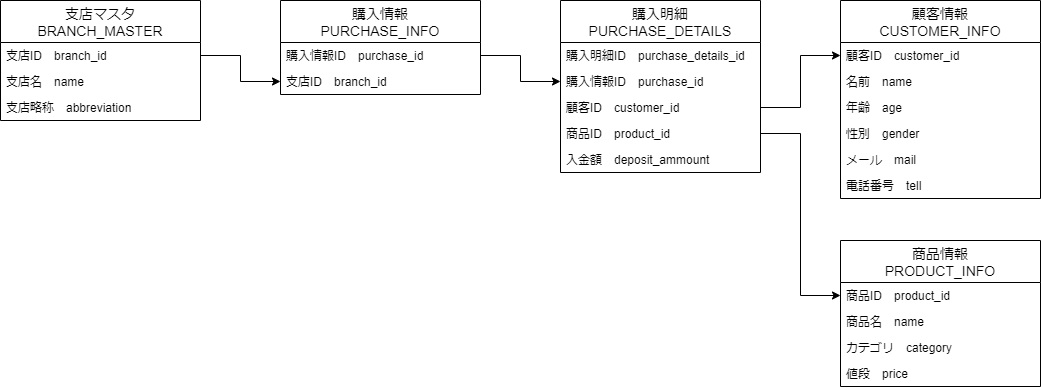
HasegawaTakatune/PHPSandbox keeps this draw.io diagram as SalesDataDisplay.png. Above is the earlier version. Source tidied: cells renumbered, new cells last; positions are measured from the earlier drawing's top-left corner, leaving out a move shared by most shapes. The source it was exported from:
```xml
<mxGraphModel>
  <root>
    <mxCell id="0" />
    <mxCell id="1" parent="0" />
    <mxCell id="2" value="支店マスタ&#10;BRANCH_MASTER" style="swimlane;fontStyle=0;horizontal=1;startSize=42;align=center;fontSize=14;" parent="1" vertex="1">
      <mxGeometry width="200" height="120" as="geometry" />
    </mxCell>
    <mxCell id="3" value="支店ID　branch_id" style="text;strokeColor=none;fillColor=none;spacingLeft=4;spacingRight=4;overflow=hidden;points=[[0,0.5],[1,0.5]];portConstraint=eastwest;fontSize=12;" parent="2" vertex="1">
      <mxGeometry y="42" width="200" height="26" as="geometry" />
    </mxCell>
    <mxCell id="4" value="支店名　name" style="text;strokeColor=none;fillColor=none;spacingLeft=4;spacingRight=4;overflow=hidden;fontSize=12;" parent="2" vertex="1">
      <mxGeometry y="68" width="200" height="26" as="geometry" />
    </mxCell>
    <mxCell id="5" value="支店略称　abbreviation" style="text;strokeColor=none;fillColor=none;spacingLeft=4;spacingRight=4;overflow=hidden;fontSize=12;" parent="2" vertex="1">
      <mxGeometry y="94" width="200" height="26" as="geometry" />
    </mxCell>
    <mxCell id="6" value="購入明細&#10;PURCHASE_DETAILS" style="swimlane;fontStyle=0;horizontal=1;startSize=42;align=center;fontSize=14;" parent="1" vertex="1">
      <mxGeometry x="560" width="200" height="172" as="geometry" />
    </mxCell>
    <mxCell id="7" value="購入明細ID　purchase_details_id" style="text;strokeColor=none;fillColor=none;spacingLeft=4;spacingRight=4;overflow=hidden;fontSize=12;" parent="6" vertex="1">
      <mxGeometry y="42" width="200" height="26" as="geometry" />
    </mxCell>
    <mxCell id="8" value="購入情報ID　purchase_id" style="text;strokeColor=none;fillColor=none;spacingLeft=4;spacingRight=4;overflow=hidden;points=[[0,0.5],[1,0.5]];portConstraint=eastwest;fontSize=12;" parent="6" vertex="1">
      <mxGeometry y="68" width="200" height="26" as="geometry" />
    </mxCell>
    <mxCell id="9" value="顧客ID　customer_id" style="text;strokeColor=none;fillColor=none;spacingLeft=4;spacingRight=4;overflow=hidden;points=[[0,0.5],[1,0.5]];portConstraint=eastwest;fontSize=12;" parent="6" vertex="1">
      <mxGeometry y="94" width="200" height="26" as="geometry" />
    </mxCell>
    <mxCell id="10" value="商品ID　product_id" style="text;strokeColor=none;fillColor=none;spacingLeft=4;spacingRight=4;overflow=hidden;points=[[0,0.5],[1,0.5]];portConstraint=eastwest;fontSize=12;" parent="6" vertex="1">
      <mxGeometry y="120" width="200" height="26" as="geometry" />
    </mxCell>
    <mxCell id="11" value="入金額　deposit_ammount" style="text;strokeColor=none;fillColor=none;spacingLeft=4;spacingRight=4;overflow=hidden;fontSize=12;" parent="6" vertex="1">
      <mxGeometry y="146" width="200" height="26" as="geometry" />
    </mxCell>
    <mxCell id="12" value="購入情報&#10;PURCHASE_INFO" style="swimlane;fontStyle=0;horizontal=1;startSize=42;align=center;fontSize=14;" parent="1" vertex="1">
      <mxGeometry x="280" width="200" height="94" as="geometry" />
    </mxCell>
    <mxCell id="13" value="購入情報ID　purchase_id" style="text;strokeColor=none;fillColor=none;spacingLeft=4;spacingRight=4;overflow=hidden;points=[[0,0.5],[1,0.5]];portConstraint=eastwest;fontSize=12;" parent="12" vertex="1">
      <mxGeometry y="42" width="200" height="26" as="geometry" />
    </mxCell>
    <mxCell id="14" value="支店ID　branch_id" style="text;strokeColor=none;fillColor=none;spacingLeft=4;spacingRight=4;overflow=hidden;points=[[0,0.5],[1,0.5]];portConstraint=eastwest;fontSize=12;" parent="12" vertex="1">
      <mxGeometry y="68" width="200" height="26" as="geometry" />
    </mxCell>
    <mxCell id="15" value="顧客情報&#10;CUSTOMER_INFO" style="swimlane;fontStyle=0;horizontal=1;startSize=42;align=center;fontSize=14;" parent="1" vertex="1">
      <mxGeometry x="840" width="200" height="198" as="geometry" />
    </mxCell>
    <mxCell id="16" value="顧客ID　customer_id" style="text;strokeColor=none;fillColor=none;spacingLeft=4;spacingRight=4;overflow=hidden;points=[[0,0.5],[1,0.5]];portConstraint=eastwest;fontSize=12;" parent="15" vertex="1">
      <mxGeometry y="42" width="200" height="26" as="geometry" />
    </mxCell>
    <mxCell id="17" value="名前　name" style="text;strokeColor=none;fillColor=none;spacingLeft=4;spacingRight=4;overflow=hidden;fontSize=12;" parent="15" vertex="1">
      <mxGeometry y="68" width="200" height="26" as="geometry" />
    </mxCell>
    <mxCell id="18" value="年齢　age" style="text;strokeColor=none;fillColor=none;spacingLeft=4;spacingRight=4;overflow=hidden;fontSize=12;" parent="15" vertex="1">
      <mxGeometry y="94" width="200" height="26" as="geometry" />
    </mxCell>
    <mxCell id="19" value="性別　gender" style="text;strokeColor=none;fillColor=none;spacingLeft=4;spacingRight=4;overflow=hidden;points=[[0,0.5],[1,0.5]];portConstraint=eastwest;fontSize=12;" parent="15" vertex="1">
      <mxGeometry y="120" width="200" height="26" as="geometry" />
    </mxCell>
    <mxCell id="20" value="メール　mail" style="text;strokeColor=none;fillColor=none;spacingLeft=4;spacingRight=4;overflow=hidden;fontSize=12;" parent="15" vertex="1">
      <mxGeometry y="146" width="200" height="26" as="geometry" />
    </mxCell>
    <mxCell id="21" value="電話番号　tell" style="text;strokeColor=none;fillColor=none;spacingLeft=4;spacingRight=4;overflow=hidden;fontSize=12;" parent="15" vertex="1">
      <mxGeometry y="172" width="200" height="26" as="geometry" />
    </mxCell>
    <mxCell id="22" value="商品情報&#10;PRODUCT_INFO" style="swimlane;fontStyle=0;horizontal=1;startSize=42;align=center;fontSize=14;" parent="1" vertex="1">
      <mxGeometry x="840" y="240" width="200" height="146" as="geometry" />
    </mxCell>
    <mxCell id="23" value="商品ID　product_id" style="text;strokeColor=none;fillColor=none;spacingLeft=4;spacingRight=4;overflow=hidden;points=[[0,0.5],[1,0.5]];portConstraint=eastwest;fontSize=12;" parent="22" vertex="1">
      <mxGeometry y="42" width="200" height="26" as="geometry" />
    </mxCell>
    <mxCell id="24" value="商品名　name" style="text;strokeColor=none;fillColor=none;spacingLeft=4;spacingRight=4;overflow=hidden;fontSize=12;" parent="22" vertex="1">
      <mxGeometry y="68" width="200" height="26" as="geometry" />
    </mxCell>
    <mxCell id="25" value="カテゴリ　category" style="text;strokeColor=none;fillColor=none;spacingLeft=4;spacingRight=4;overflow=hidden;points=[[0,0.5],[1,0.5]];portConstraint=eastwest;fontSize=12;" parent="22" vertex="1">
      <mxGeometry y="94" width="200" height="26" as="geometry" />
    </mxCell>
    <mxCell id="26" value="値段　price" style="text;strokeColor=none;fillColor=none;spacingLeft=4;spacingRight=4;overflow=hidden;fontSize=12;" parent="22" vertex="1">
      <mxGeometry y="120" width="200" height="26" as="geometry" />
    </mxCell>
    <mxCell id="27" style="edgeStyle=orthogonalEdgeStyle;rounded=0;jettySize=auto;html=1;exitX=1;exitY=0.5;exitDx=0;exitDy=0;" parent="1" edge="1" source="3" target="14">
      <mxGeometry relative="1" as="geometry" />
    </mxCell>
    <mxCell id="28" style="edgeStyle=orthogonalEdgeStyle;rounded=0;jettySize=auto;html=1;exitX=1;exitY=0.5;exitDx=0;exitDy=0;" parent="1" edge="1" source="13" target="8">
      <mxGeometry relative="1" as="geometry" />
    </mxCell>
    <mxCell id="29" style="edgeStyle=orthogonalEdgeStyle;rounded=0;jettySize=auto;html=1;exitX=1;exitY=0.5;exitDx=0;exitDy=0;" parent="1" edge="1" source="9" target="16">
      <mxGeometry relative="1" as="geometry" />
    </mxCell>
    <mxCell id="30" style="edgeStyle=orthogonalEdgeStyle;rounded=0;jettySize=auto;html=1;exitX=1;exitY=0.5;exitDx=0;exitDy=0;entryX=0;entryY=0.5;entryDx=0;entryDy=0;" parent="1" edge="1" source="10" target="23">
      <mxGeometry relative="1" as="geometry" />
    </mxCell>
  </root>
</mxGraphModel>
```
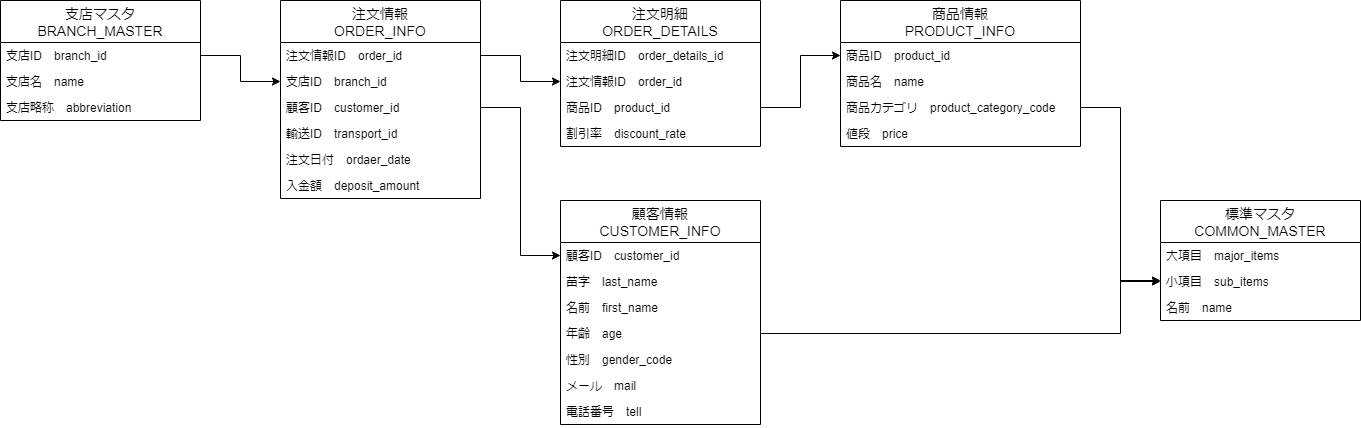
Above is the later version.

What changed in the source:
```diff
@@ -14,80 +14,116 @@
     <mxCell id="5" value="支店略称　abbreviation" style="text;strokeColor=none;fillColor=none;spacingLeft=4;spacingRight=4;overflow=hidden;fontSize=12;" parent="2" vertex="1">
       <mxGeometry y="94" width="200" height="26" as="geometry" />
     </mxCell>
-    <mxCell id="6" value="購入明細&#10;PURCHASE_DETAILS" style="swimlane;fontStyle=0;horizontal=1;startSize=42;align=center;fontSize=14;" parent="1" vertex="1">
-      <mxGeometry x="560" width="200" height="172" as="geometry" />
+    <mxCell id="6" value="注文明細&#10;ORDER_DETAILS" style="swimlane;fontStyle=0;horizontal=1;startSize=42;align=center;fontSize=14;" parent="1" vertex="1">
+      <mxGeometry x="560" width="200" height="146" as="geometry" />
     </mxCell>
-    <mxCell id="7" value="購入明細ID　purchase_details_id" style="text;strokeColor=none;fillColor=none;spacingLeft=4;spacingRight=4;overflow=hidden;fontSize=12;" parent="6" vertex="1">
+    <mxCell id="7" value="注文明細ID　order_details_id" style="text;strokeColor=none;fillColor=none;spacingLeft=4;spacingRight=4;overflow=hidden;fontSize=12;" parent="6" vertex="1">
       <mxGeometry y="42" width="200" height="26" as="geometry" />
     </mxCell>
-    <mxCell id="8" value="購入情報ID　purchase_id" style="text;strokeColor=none;fillColor=none;spacingLeft=4;spacingRight=4;overflow=hidden;points=[[0,0.5],[1,0.5]];portConstraint=eastwest;fontSize=12;" parent="6" vertex="1">
+    <mxCell id="8" value="注文情報ID　order_id" style="text;strokeColor=none;fillColor=none;spacingLeft=4;spacingRight=4;overflow=hidden;points=[[0,0.5],[1,0.5]];portConstraint=eastwest;fontSize=12;" parent="6" vertex="1">
       <mxGeometry y="68" width="200" height="26" as="geometry" />
     </mxCell>
-    <mxCell id="9" value="顧客ID　customer_id" style="text;strokeColor=none;fillColor=none;spacingLeft=4;spacingRight=4;overflow=hidden;points=[[0,0.5],[1,0.5]];portConstraint=eastwest;fontSize=12;" parent="6" vertex="1">
-      <mxGeometry y="94" width="200" height="26" as="geometry" />
-    </mxCell>
     <mxCell id="10" value="商品ID　product_id" style="text;strokeColor=none;fillColor=none;spacingLeft=4;spacingRight=4;overflow=hidden;points=[[0,0.5],[1,0.5]];portConstraint=eastwest;fontSize=12;" parent="6" vertex="1">
-      <mxGeometry y="120" width="200" height="26" as="geometry" />
+      <mxGeometry y="94" width="200" height="26" as="geometry" />
     </mxCell>
-    <mxCell id="11" value="入金額　deposit_ammount" style="text;strokeColor=none;fillColor=none;spacingLeft=4;spacingRight=4;overflow=hidden;fontSize=12;" parent="6" vertex="1">
-      <mxGeometry y="146" width="200" height="26" as="geometry" />
-    </mxCell>
+    <mxCell id="31" value="割引率　discount_rate" style="text;strokeColor=none;fillColor=none;spacingLeft=4;spacingRight=4;overflow=hidden;fontSize=12;" parent="6" vertex="1">
+      <mxGeometry y="120" width="200" height="26" as="geometry" />
+    </mxCell>
-    <mxCell id="12" value="購入情報&#10;PURCHASE_INFO" style="swimlane;fontStyle=0;horizontal=1;startSize=42;align=center;fontSize=14;" parent="1" vertex="1">
-      <mxGeometry x="280" width="200" height="94" as="geometry" />
+    <mxCell id="12" value="注文情報&#10;ORDER_INFO" style="swimlane;fontStyle=0;horizontal=1;startSize=42;align=center;fontSize=14;" parent="1" vertex="1">
+      <mxGeometry x="280" width="200" height="198" as="geometry" />
     </mxCell>
-    <mxCell id="13" value="購入情報ID　purchase_id" style="text;strokeColor=none;fillColor=none;spacingLeft=4;spacingRight=4;overflow=hidden;points=[[0,0.5],[1,0.5]];portConstraint=eastwest;fontSize=12;" parent="12" vertex="1">
+    <mxCell id="13" value="注文情報ID　order_id" style="text;strokeColor=none;fillColor=none;spacingLeft=4;spacingRight=4;overflow=hidden;points=[[0,0.5],[1,0.5]];portConstraint=eastwest;fontSize=12;" parent="12" vertex="1">
       <mxGeometry y="42" width="200" height="26" as="geometry" />
     </mxCell>
     <mxCell id="14" value="支店ID　branch_id" style="text;strokeColor=none;fillColor=none;spacingLeft=4;spacingRight=4;overflow=hidden;points=[[0,0.5],[1,0.5]];portConstraint=eastwest;fontSize=12;" parent="12" vertex="1">
       <mxGeometry y="68" width="200" height="26" as="geometry" />
     </mxCell>
+    <mxCell id="9" value="顧客ID　customer_id" style="text;strokeColor=none;fillColor=none;spacingLeft=4;spacingRight=4;overflow=hidden;points=[[0,0.5],[1,0.5]];portConstraint=eastwest;fontSize=12;" parent="12" vertex="1">
+      <mxGeometry y="94" width="200" height="26" as="geometry" />
+    </mxCell>
+    <mxCell id="32" value="輸送ID　transport_id" style="text;strokeColor=none;fillColor=none;spacingLeft=4;spacingRight=4;overflow=hidden;fontSize=12;" parent="12" vertex="1">
+      <mxGeometry y="120" width="200" height="26" as="geometry" />
+    </mxCell>
+    <mxCell id="33" value="注文日付　ordaer_date" style="text;strokeColor=none;fillColor=none;spacingLeft=4;spacingRight=4;overflow=hidden;fontSize=12;" parent="12" vertex="1">
+      <mxGeometry y="146" width="200" height="26" as="geometry" />
+    </mxCell>
+    <mxCell id="34" value="入金額　deposit_amount" style="text;strokeColor=none;fillColor=none;spacingLeft=4;spacingRight=4;overflow=hidden;fontSize=12;" parent="12" vertex="1">
+      <mxGeometry y="172" width="200" height="26" as="geometry" />
+    </mxCell>
+    <mxCell id="27" style="edgeStyle=orthogonalEdgeStyle;rounded=0;jettySize=auto;html=1;exitX=1;exitY=0.5;exitDx=0;exitDy=0;" parent="1" edge="1" source="3" target="14">
+      <mxGeometry relative="1" as="geometry" />
+    </mxCell>
+    <mxCell id="28" style="edgeStyle=orthogonalEdgeStyle;rounded=0;jettySize=auto;html=1;exitX=1;exitY=0.5;exitDx=0;exitDy=0;" parent="1" edge="1" source="13" target="8">
+      <mxGeometry relative="1" as="geometry" />
+    </mxCell>
+    <mxCell id="30" style="edgeStyle=orthogonalEdgeStyle;rounded=0;jettySize=auto;html=1;exitX=1;exitY=0.5;exitDx=0;exitDy=0;entryX=0;entryY=0.5;entryDx=0;entryDy=0;" parent="1" edge="1" source="10" target="23">
+      <mxGeometry relative="1" as="geometry" />
+    </mxCell>
     <mxCell id="15" value="顧客情報&#10;CUSTOMER_INFO" style="swimlane;fontStyle=0;horizontal=1;startSize=42;align=center;fontSize=14;" parent="1" vertex="1">
-      <mxGeometry x="840" width="200" height="198" as="geometry" />
+      <mxGeometry x="560" y="200" width="200" height="224" as="geometry" />
     </mxCell>
     <mxCell id="16" value="顧客ID　customer_id" style="text;strokeColor=none;fillColor=none;spacingLeft=4;spacingRight=4;overflow=hidden;points=[[0,0.5],[1,0.5]];portConstraint=eastwest;fontSize=12;" parent="15" vertex="1">
       <mxGeometry y="42" width="200" height="26" as="geometry" />
     </mxCell>
-    <mxCell id="17" value="名前　name" style="text;strokeColor=none;fillColor=none;spacingLeft=4;spacingRight=4;overflow=hidden;fontSize=12;" parent="15" vertex="1">
+    <mxCell id="17" value="苗字　last_name&#10;" style="text;strokeColor=none;fillColor=none;spacingLeft=4;spacingRight=4;overflow=hidden;fontSize=12;" parent="15" vertex="1">
       <mxGeometry y="68" width="200" height="26" as="geometry" />
     </mxCell>
+    <mxCell id="35" value="名前　first_name" style="text;strokeColor=none;fillColor=none;spacingLeft=4;spacingRight=4;overflow=hidden;fontSize=12;" parent="15" vertex="1">
+      <mxGeometry y="94" width="200" height="26" as="geometry" />
+    </mxCell>
     <mxCell id="18" value="年齢　age" style="text;strokeColor=none;fillColor=none;spacingLeft=4;spacingRight=4;overflow=hidden;fontSize=12;" parent="15" vertex="1">
-      <mxGeometry y="94" width="200" height="26" as="geometry" />
+      <mxGeometry y="120" width="200" height="26" as="geometry" />
     </mxCell>
-    <mxCell id="19" value="性別　gender" style="text;strokeColor=none;fillColor=none;spacingLeft=4;spacingRight=4;overflow=hidden;points=[[0,0.5],[1,0.5]];portConstraint=eastwest;fontSize=12;" parent="15" vertex="1">
-      <mxGeometry y="120" width="200" height="26" as="geometry" />
+    <mxCell id="19" value="性別　gender_code" style="text;strokeColor=none;fillColor=none;spacingLeft=4;spacingRight=4;overflow=hidden;points=[[0,0.5],[1,0.5]];portConstraint=eastwest;fontSize=12;" parent="15" vertex="1">
+      <mxGeometry y="146" width="200" height="26" as="geometry" />
     </mxCell>
     <mxCell id="20" value="メール　mail" style="text;strokeColor=none;fillColor=none;spacingLeft=4;spacingRight=4;overflow=hidden;fontSize=12;" parent="15" vertex="1">
-      <mxGeometry y="146" width="200" height="26" as="geometry" />
+      <mxGeometry y="172" width="200" height="26" as="geometry" />
     </mxCell>
     <mxCell id="21" value="電話番号　tell" style="text;strokeColor=none;fillColor=none;spacingLeft=4;spacingRight=4;overflow=hidden;fontSize=12;" parent="15" vertex="1">
-      <mxGeometry y="172" width="200" height="26" as="geometry" />
+      <mxGeometry y="198" width="200" height="26" as="geometry" />
     </mxCell>
     <mxCell id="22" value="商品情報&#10;PRODUCT_INFO" style="swimlane;fontStyle=0;horizontal=1;startSize=42;align=center;fontSize=14;" parent="1" vertex="1">
-      <mxGeometry x="840" y="240" width="200" height="146" as="geometry" />
+      <mxGeometry x="840" width="240" height="146" as="geometry" />
     </mxCell>
     <mxCell id="23" value="商品ID　product_id" style="text;strokeColor=none;fillColor=none;spacingLeft=4;spacingRight=4;overflow=hidden;points=[[0,0.5],[1,0.5]];portConstraint=eastwest;fontSize=12;" parent="22" vertex="1">
-      <mxGeometry y="42" width="200" height="26" as="geometry" />
+      <mxGeometry y="42" width="240" height="26" as="geometry" />
     </mxCell>
     <mxCell id="24" value="商品名　name" style="text;strokeColor=none;fillColor=none;spacingLeft=4;spacingRight=4;overflow=hidden;fontSize=12;" parent="22" vertex="1">
-      <mxGeometry y="68" width="200" height="26" as="geometry" />
+      <mxGeometry y="68" width="240" height="26" as="geometry" />
     </mxCell>
-    <mxCell id="25" value="カテゴリ　category" style="text;strokeColor=none;fillColor=none;spacingLeft=4;spacingRight=4;overflow=hidden;points=[[0,0.5],[1,0.5]];portConstraint=eastwest;fontSize=12;" parent="22" vertex="1">
-      <mxGeometry y="94" width="200" height="26" as="geometry" />
+    <mxCell id="25" value="商品カテゴリ　product_category_code" style="text;strokeColor=none;fillColor=none;spacingLeft=4;spacingRight=4;overflow=hidden;points=[[0,0.5],[1,0.5]];portConstraint=eastwest;fontSize=12;" parent="22" vertex="1">
+      <mxGeometry y="94" width="240" height="26" as="geometry" />
     </mxCell>
     <mxCell id="26" value="値段　price" style="text;strokeColor=none;fillColor=none;spacingLeft=4;spacingRight=4;overflow=hidden;fontSize=12;" parent="22" vertex="1">
-      <mxGeometry y="120" width="200" height="26" as="geometry" />
+      <mxGeometry y="120" width="240" height="26" as="geometry" />
     </mxCell>
-    <mxCell id="27" style="edgeStyle=orthogonalEdgeStyle;rounded=0;jettySize=auto;html=1;exitX=1;exitY=0.5;exitDx=0;exitDy=0;" parent="1" edge="1" source="3" target="14">
-      <mxGeometry relative="1" as="geometry" />
-    </mxCell>
-    <mxCell id="28" style="edgeStyle=orthogonalEdgeStyle;rounded=0;jettySize=auto;html=1;exitX=1;exitY=0.5;exitDx=0;exitDy=0;" parent="1" edge="1" source="13" target="8">
-      <mxGeometry relative="1" as="geometry" />
-    </mxCell>
-    <mxCell id="29" style="edgeStyle=orthogonalEdgeStyle;rounded=0;jettySize=auto;html=1;exitX=1;exitY=0.5;exitDx=0;exitDy=0;" parent="1" edge="1" source="9" target="16">
+    <mxCell id="29" style="edgeStyle=orthogonalEdgeStyle;rounded=0;jettySize=auto;html=1;exitX=1;exitY=0.5;exitDx=0;exitDy=0;entryX=0;entryY=0.5;entryDx=0;entryDy=0;" parent="1" edge="1" source="9" target="16">
       <mxGeometry relative="1" as="geometry" />
     </mxCell>
-    <mxCell id="30" style="edgeStyle=orthogonalEdgeStyle;rounded=0;jettySize=auto;html=1;exitX=1;exitY=0.5;exitDx=0;exitDy=0;entryX=0;entryY=0.5;entryDx=0;entryDy=0;" parent="1" edge="1" source="10" target="23">
-      <mxGeometry relative="1" as="geometry" />
-    </mxCell>
+    <mxCell id="36" value="標準マスタ&#10;COMMON_MASTER" style="swimlane;fontStyle=0;horizontal=1;startSize=42;align=center;fontSize=14;" parent="1" vertex="1">
+      <mxGeometry x="1160" y="200" width="200" height="120" as="geometry" />
+    </mxCell>
+    <mxCell id="37" value="大項目　major_items" style="text;strokeColor=none;fillColor=none;spacingLeft=4;spacingRight=4;overflow=hidden;fontSize=12;" parent="36" vertex="1">
+      <mxGeometry y="42" width="200" height="26" as="geometry" />
+    </mxCell>
+    <mxCell id="38" value="小項目　sub_items" style="text;strokeColor=none;fillColor=none;spacingLeft=4;spacingRight=4;overflow=hidden;points=[[0,0.5],[1,0.5]];portConstraint=eastwest;fontSize=12;" parent="36" vertex="1">
+      <mxGeometry y="68" width="200" height="26" as="geometry" />
+    </mxCell>
+    <mxCell id="39" value="名前　name" style="text;strokeColor=none;fillColor=none;spacingLeft=4;spacingRight=4;overflow=hidden;fontSize=12;" parent="36" vertex="1">
+      <mxGeometry y="94" width="200" height="26" as="geometry" />
+    </mxCell>
+    <mxCell id="40" style="edgeStyle=orthogonalEdgeStyle;rounded=0;jettySize=auto;html=1;exitX=1;exitY=0.5;exitDx=0;exitDy=0;entryX=0;entryY=0.5;entryDx=0;entryDy=0;" parent="1" edge="1" source="25" target="38">
+      <mxGeometry relative="1" as="geometry" />
+    </mxCell>
+    <mxCell id="41" style="edgeStyle=orthogonalEdgeStyle;rounded=0;jettySize=auto;html=1;exitX=1;exitY=0.5;exitDx=0;exitDy=0;" parent="1" edge="1" source="19">
+      <mxGeometry relative="1" as="geometry">
+        <mxPoint x="1160" y="280" as="targetPoint" />
+        <Array as="points">
+          <mxPoint x="1120" y="333" />
+          <mxPoint x="1120" y="280" />
+        </Array>
+      </mxGeometry>
+    </mxCell>
   </root>
 </mxGraphModel>
```
